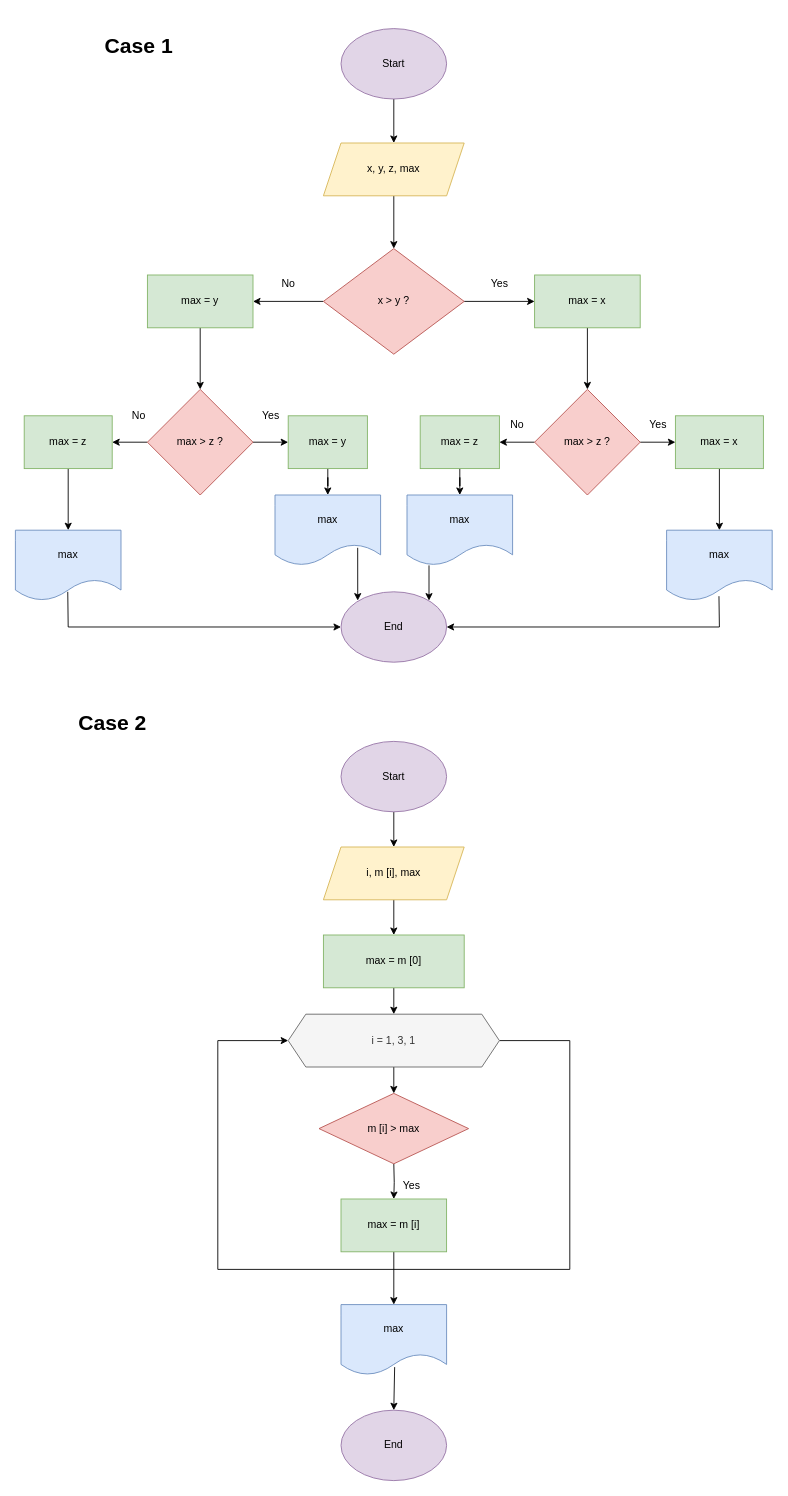
Above: page "Page-4" (4 of 8) of Task 1.drawio in NigarMahmudova/Second_Homework (draw.io), before the change. Source tidied: cells renumbered, new cells numbered last; positions are measured from the earlier drawing's top-left corner, leaving out a move shared by most shapes. Both pictures are drawn from the tidied source at 88%, with x=0, y=0 at pixel (15, 15).
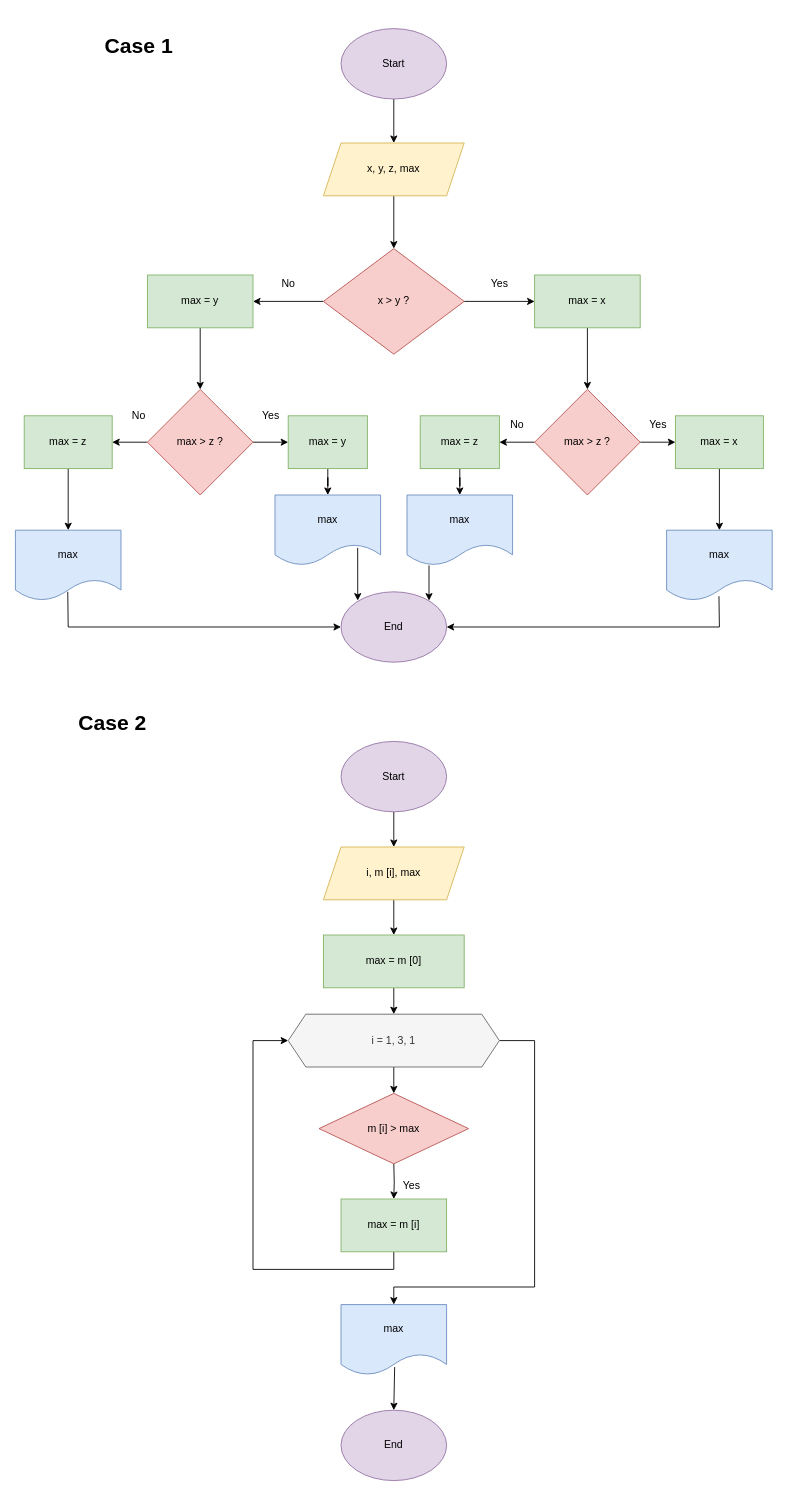
After the change.

Unchanged cells that the change refers to:
```xml
<mxCell id="51" value="max = m [i]" style="rounded=0;whiteSpace=wrap;html=1;fillColor=#d5e8d4;strokeColor=#82b366;" parent="1" vertex="1">
  <mxGeometry x="370" y="1345" width="120" height="60" as="geometry" />
</mxCell>
<mxCell id="53" value="i = 1, 3, 1" style="shape=hexagon;perimeter=hexagonPerimeter2;whiteSpace=wrap;html=1;fixedSize=1;fillColor=#f5f5f5;strokeColor=#666666;fontColor=#333333;" parent="1" vertex="1">
  <mxGeometry x="310" y="1135" width="240" height="60" as="geometry" />
</mxCell>
<mxCell id="56" value="max" style="shape=document;whiteSpace=wrap;html=1;boundedLbl=1;rounded=0;fillColor=#dae8fc;strokeColor=#6c8ebf;" parent="1" vertex="1">
  <mxGeometry x="370" y="1465" width="120" height="80" as="geometry" />
</mxCell>
```

The edit, as a diff of the source:
```diff
@@
-    <mxCell id="50" style="edgeStyle=orthogonalEdgeStyle;rounded=0;jettySize=auto;html=1;" parent="1" edge="1" source="51" target="56">
-      <mxGeometry relative="1" as="geometry" />
-    </mxCell>
+    <mxCell id="61" style="edgeStyle=orthogonalEdgeStyle;rounded=0;jettySize=auto;html=1;exitX=0.5;exitY=1;exitDx=0;exitDy=0;entryX=0;entryY=0.5;entryDx=0;entryDy=0;" parent="1" edge="1" source="51" target="53">
+      <mxGeometry relative="1" as="geometry">
+        <Array as="points">
+          <mxPoint x="430" y="1425" />
+          <mxPoint x="270" y="1425" />
+          <mxPoint x="270" y="1165" />
+        </Array>
+      </mxGeometry>
+    </mxCell>
@@
-    <mxCell id="52" style="edgeStyle=orthogonalEdgeStyle;rounded=0;orthogonalLoop=1;jettySize=auto;html=1;exitX=1;exitY=0.5;exitDx=0;exitDy=0;entryX=0;entryY=0.5;entryDx=0;entryDy=0;" parent="1" edge="1" source="53" target="53">
-      <mxGeometry x="0.02" y="-30" relative="1" as="geometry">
-        <Array as="points">
-          <mxPoint x="630" y="1165" />
-          <mxPoint x="630" y="1425" />
-          <mxPoint x="230" y="1425" />
-          <mxPoint x="230" y="1165" />
-        </Array>
-      </mxGeometry>
-    </mxCell>
+    <mxCell id="62" style="edgeStyle=orthogonalEdgeStyle;rounded=0;jettySize=auto;html=1;exitX=1;exitY=0.5;exitDx=0;exitDy=0;entryX=0.5;entryY=0;entryDx=0;entryDy=0;" parent="1" edge="1" source="53" target="56">
+      <mxGeometry relative="1" as="geometry">
+        <Array as="points">
+          <mxPoint x="590" y="1165" />
+          <mxPoint x="590" y="1445" />
+          <mxPoint x="430" y="1445" />
+        </Array>
+      </mxGeometry>
+    </mxCell>
```
